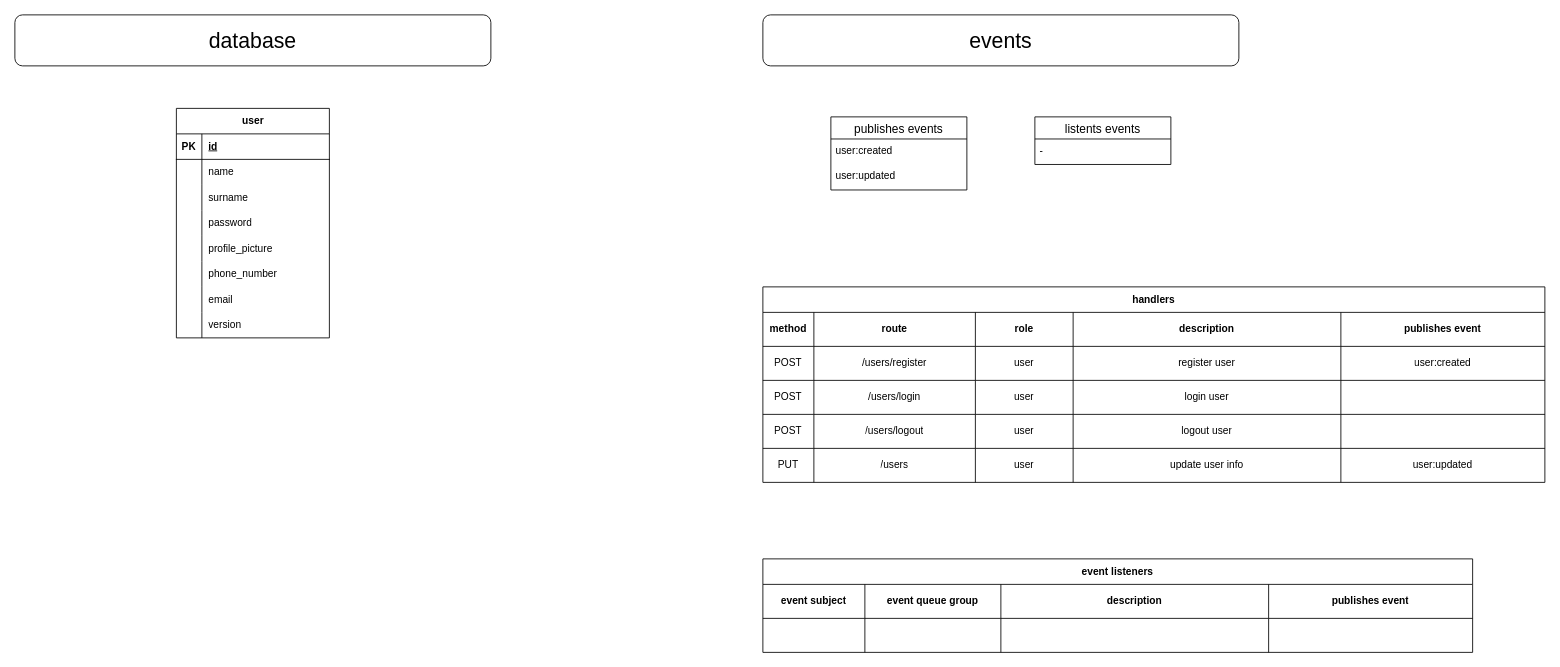
The draw.io diagram page "user" (5 of 11) of app.drawio in ernurQ/eat-web-diagrams, before the edit. Source tidied: cells renumbered, new cells numbered last; positions are measured from the earlier drawing's top-left corner, leaving out a move shared by most shapes. Both pictures are drawn from the tidied source at 85%, with x=0, y=0 at pixel (14, 14).
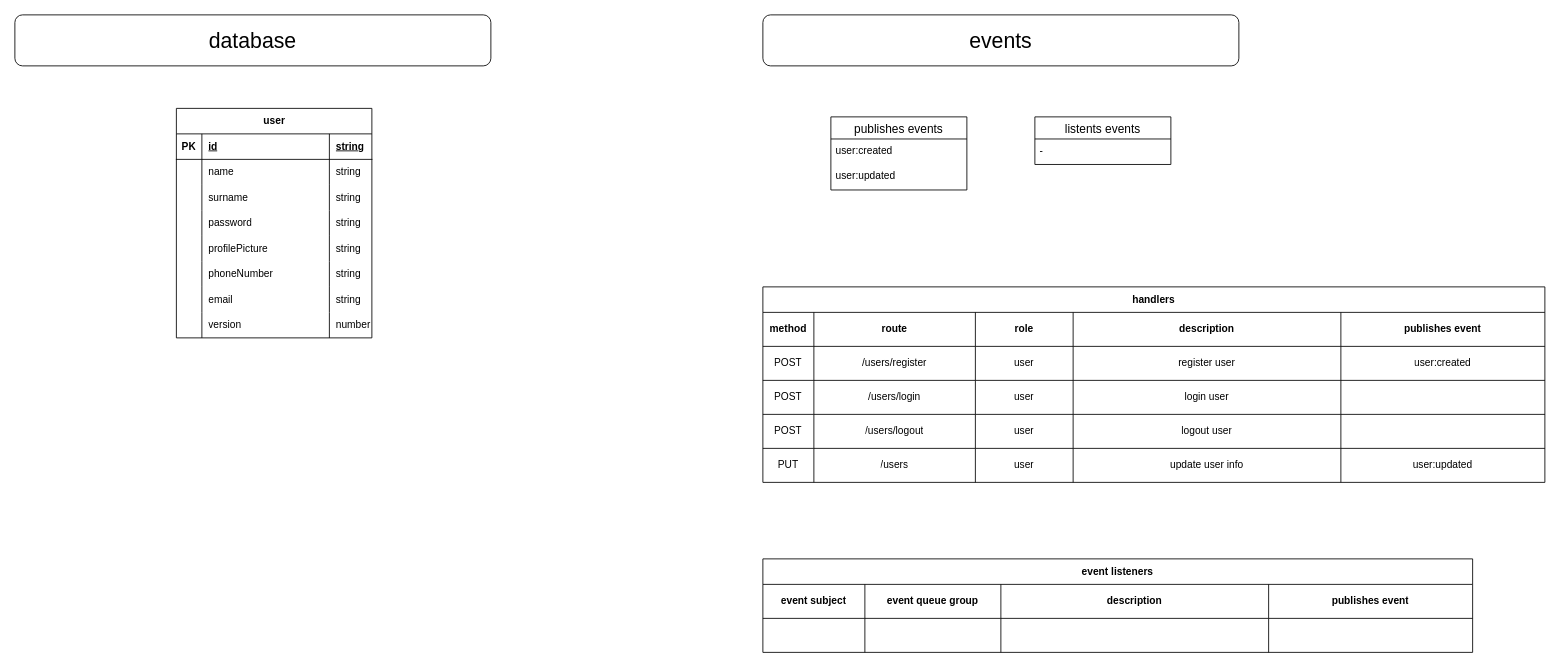
The same page after the edit.

Change to the diagram source:
```diff
@@
     <mxCell id="2" value="user" style="shape=table;startSize=30;childLayout=tableLayout;rowLines=0;fontStyle=1;align=center;html=1;" parent="1" vertex="1">
-      <mxGeometry x="190" y="110" width="180" height="270" as="geometry" />
+      <mxGeometry x="190" y="110" width="230" height="270" as="geometry" />
     </mxCell>
     <mxCell id="3" style="shape=tableRow;horizontal=0;startSize=0;swimlaneHead=0;swimlaneBody=0;fillColor=none;top=0;left=0;right=0;bottom=1;" parent="2" vertex="1">
-      <mxGeometry y="30" width="180" height="30" as="geometry" />
+      <mxGeometry y="30" width="230" height="30" as="geometry" />
     </mxCell>
@@
+    <mxCell id="76" value="string" style="shape=partialRectangle;fillColor=none;top=0;left=0;bottom=0;right=0;align=left;spacingLeft=6;fontStyle=5;overflow=hidden;whiteSpace=wrap;html=1;" parent="3" vertex="1">
+      <mxGeometry x="180" width="50" height="30" as="geometry" />
+    </mxCell>
     <mxCell id="6" style="shape=tableRow;horizontal=0;startSize=0;swimlaneHead=0;swimlaneBody=0;fillColor=none;top=0;left=0;right=0;bottom=0;" parent="2" vertex="1">
-      <mxGeometry y="60" width="180" height="30" as="geometry" />
+      <mxGeometry y="60" width="230" height="30" as="geometry" />
     </mxCell>
@@
+    <mxCell id="77" value="string" style="shape=partialRectangle;fillColor=none;top=0;left=0;bottom=0;right=0;align=left;spacingLeft=6;overflow=hidden;whiteSpace=wrap;html=1;" parent="6" vertex="1">
+      <mxGeometry x="180" width="50" height="30" as="geometry" />
+    </mxCell>
     <mxCell id="9" style="shape=tableRow;horizontal=0;startSize=0;swimlaneHead=0;swimlaneBody=0;fillColor=none;top=0;left=0;right=0;bottom=0;" parent="2" vertex="1">
-      <mxGeometry y="90" width="180" height="30" as="geometry" />
+      <mxGeometry y="90" width="230" height="30" as="geometry" />
     </mxCell>
@@
+    <mxCell id="78" value="string" style="shape=partialRectangle;fillColor=none;top=0;left=0;bottom=0;right=0;align=left;spacingLeft=6;overflow=hidden;whiteSpace=wrap;html=1;" parent="9" vertex="1">
+      <mxGeometry x="180" width="50" height="30" as="geometry" />
+    </mxCell>
     <mxCell id="12" style="shape=tableRow;horizontal=0;startSize=0;swimlaneHead=0;swimlaneBody=0;fillColor=none;top=0;left=0;right=0;bottom=0;" parent="2" vertex="1">
-      <mxGeometry y="120" width="180" height="30" as="geometry" />
+      <mxGeometry y="120" width="230" height="30" as="geometry" />
     </mxCell>
@@
+    <mxCell id="79" value="string" style="shape=partialRectangle;fillColor=none;top=0;left=0;bottom=0;right=0;align=left;spacingLeft=6;overflow=hidden;whiteSpace=wrap;html=1;" parent="12" vertex="1">
+      <mxGeometry x="180" width="50" height="30" as="geometry" />
+    </mxCell>
     <mxCell id="15" style="shape=tableRow;horizontal=0;startSize=0;swimlaneHead=0;swimlaneBody=0;fillColor=none;top=0;left=0;right=0;bottom=0;" parent="2" vertex="1">
-      <mxGeometry y="150" width="180" height="30" as="geometry" />
+      <mxGeometry y="150" width="230" height="30" as="geometry" />
     </mxCell>
@@
-    <mxCell id="17" value="profile_picture" style="shape=partialRectangle;fillColor=none;top=0;left=0;bottom=0;right=0;align=left;spacingLeft=6;overflow=hidden;whiteSpace=wrap;html=1;" parent="15" vertex="1">
+    <mxCell id="17" value="profilePicture" style="shape=partialRectangle;fillColor=none;top=0;left=0;bottom=0;right=0;align=left;spacingLeft=6;overflow=hidden;whiteSpace=wrap;html=1;" parent="15" vertex="1">
       <mxGeometry x="30" width="150" height="30" as="geometry" />
     </mxCell>
+    <mxCell id="80" value="string" style="shape=partialRectangle;fillColor=none;top=0;left=0;bottom=0;right=0;align=left;spacingLeft=6;overflow=hidden;whiteSpace=wrap;html=1;" parent="15" vertex="1">
+      <mxGeometry x="180" width="50" height="30" as="geometry" />
+    </mxCell>
     <mxCell id="18" style="shape=tableRow;horizontal=0;startSize=0;swimlaneHead=0;swimlaneBody=0;fillColor=none;top=0;left=0;right=0;bottom=0;" parent="2" vertex="1">
-      <mxGeometry y="180" width="180" height="30" as="geometry" />
+      <mxGeometry y="180" width="230" height="30" as="geometry" />
     </mxCell>
@@
-    <mxCell id="20" value="phone_number" style="shape=partialRectangle;fillColor=none;top=0;left=0;bottom=0;right=0;align=left;spacingLeft=6;overflow=hidden;whiteSpace=wrap;html=1;" parent="18" vertex="1">
+    <mxCell id="20" value="phoneNumber" style="shape=partialRectangle;fillColor=none;top=0;left=0;bottom=0;right=0;align=left;spacingLeft=6;overflow=hidden;whiteSpace=wrap;html=1;" parent="18" vertex="1">
       <mxGeometry x="30" width="150" height="30" as="geometry" />
     </mxCell>
+    <mxCell id="81" value="string" style="shape=partialRectangle;fillColor=none;top=0;left=0;bottom=0;right=0;align=left;spacingLeft=6;overflow=hidden;whiteSpace=wrap;html=1;" parent="18" vertex="1">
+      <mxGeometry x="180" width="50" height="30" as="geometry" />
+    </mxCell>
     <mxCell id="21" style="shape=tableRow;horizontal=0;startSize=0;swimlaneHead=0;swimlaneBody=0;fillColor=none;top=0;left=0;right=0;bottom=0;" parent="2" vertex="1">
-      <mxGeometry y="210" width="180" height="30" as="geometry" />
+      <mxGeometry y="210" width="230" height="30" as="geometry" />
     </mxCell>
@@
+    <mxCell id="82" value="string" style="shape=partialRectangle;fillColor=none;top=0;left=0;bottom=0;right=0;align=left;spacingLeft=6;overflow=hidden;whiteSpace=wrap;html=1;" parent="21" vertex="1">
+      <mxGeometry x="180" width="50" height="30" as="geometry" />
+    </mxCell>
     <mxCell id="24" style="shape=tableRow;horizontal=0;startSize=0;swimlaneHead=0;swimlaneBody=0;fillColor=none;top=0;left=0;right=0;bottom=0;" parent="2" vertex="1">
-      <mxGeometry y="240" width="180" height="30" as="geometry" />
+      <mxGeometry y="240" width="230" height="30" as="geometry" />
     </mxCell>
@@
+    <mxCell id="83" value="number" style="shape=partialRectangle;fillColor=none;top=0;left=0;bottom=0;right=0;align=left;spacingLeft=6;overflow=hidden;whiteSpace=wrap;html=1;" parent="24" vertex="1">
+      <mxGeometry x="180" width="50" height="30" as="geometry" />
+    </mxCell>
```
